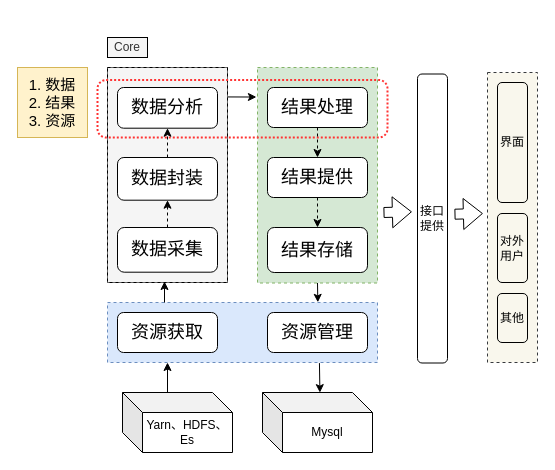
Before: warship/Warship逻辑架构图.drawio in imperio-wxm/draw, a draw.io diagram. Source tidied: cells renumbered, new cells numbered last; positions are measured from the earlier drawing's top-left corner, leaving out a move shared by most shapes. Both pictures are drawn from the tidied source at 100%, with x=0, y=0 at pixel (17, 37).
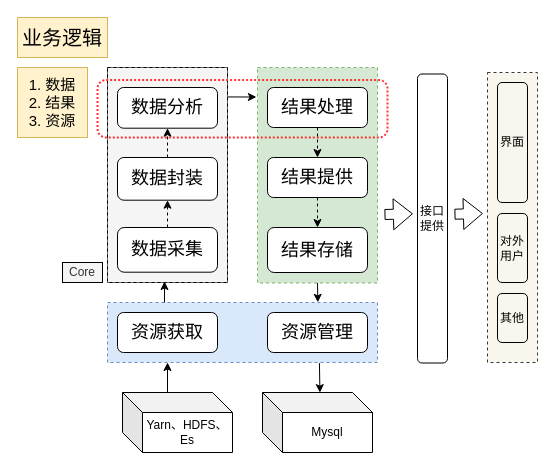
The same page after the edit.

Commit message (it also covers changes not shown here):
Update Warship逻辑架构图.drawio

Diff of the diagram source:
```diff
@@
     <mxCell id="8" value="Core" style="text;html=1;fillColor=#f5f5f5;align=center;verticalAlign=middle;whiteSpace=wrap;rounded=0;fontColor=#333333;strokeColor=#000000;" parent="1" vertex="1">
-      <mxGeometry x="90" width="40" height="20" as="geometry" />
+      <mxGeometry x="45" y="225" width="40" height="20" as="geometry" />
     </mxCell>
@@
     <mxCell id="29" style="shape=flexArrow;endArrow=classic;html=1;entryX=-0.053;entryY=0.373;entryDx=0;entryDy=0;entryPerimeter=0;" parent="1" edge="1">
       <mxGeometry relative="1" as="geometry">
-        <mxPoint x="366" y="175" as="sourcePoint" />
-        <mxPoint x="394.4" y="174.3" as="targetPoint" />
+        <mxPoint x="367" y="177" as="sourcePoint" />
+        <mxPoint x="395.4" y="176.3" as="targetPoint" />
       </mxGeometry>
     </mxCell>
@@
+    <mxCell id="36" value="&lt;font style=&quot;font-size: 20px&quot;&gt;业务逻辑&lt;/font&gt;" style="text;html=1;strokeColor=#d6b656;fillColor=#fff2cc;align=center;verticalAlign=middle;whiteSpace=wrap;rounded=0;" parent="1" vertex="1">
+      <mxGeometry y="-20" width="90" height="40" as="geometry" />
+    </mxCell>
```
